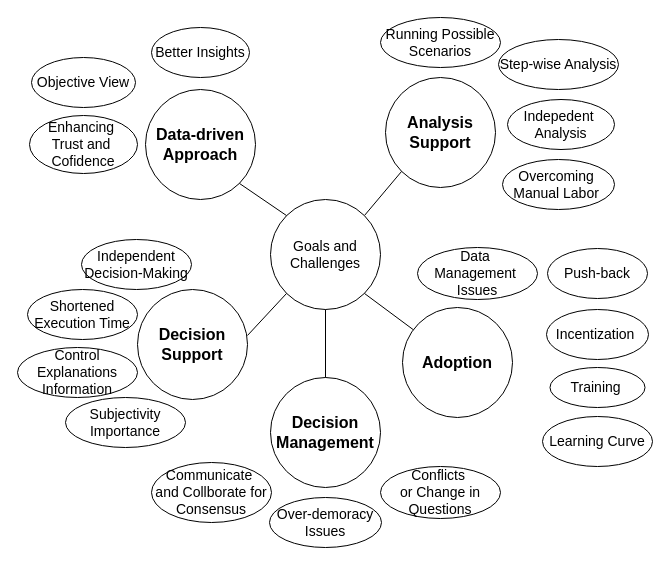
Earlier version of the draw.io diagram ext/biz-findings-coherence.drawio (raeeschaudhary/Coursera_Exams). Source tidied: cells renumbered, new cells numbered last; positions are measured from the earlier drawing's top-left corner, leaving out a move shared by most shapes. Both pictures are drawn from the tidied source at 100%, with x=0, y=0 at pixel (17, 17).
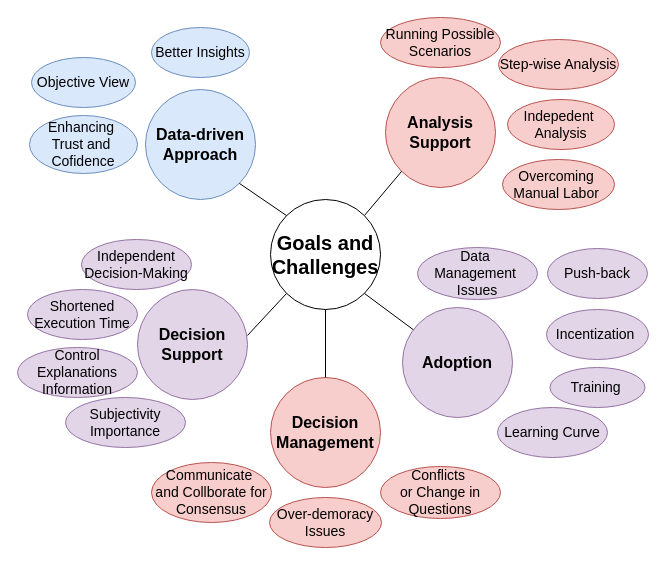
Above is the later version.

What changed in the source:
```diff
@@
-    <mxCell id="2" value="Data-driven Approach" style="ellipse;whiteSpace=wrap;html=1;fontFamily=corbel;fontSize=16;fontStyle=1;" parent="1" vertex="1">
+    <mxCell id="2" value="Data-driven Approach" style="ellipse;whiteSpace=wrap;html=1;fontFamily=corbel;fontSize=16;fontStyle=1;fillColor=#dae8fc;strokeColor=#6c8ebf;" parent="1" vertex="1">
       <mxGeometry x="128" y="72" width="110" height="110" as="geometry" />
     </mxCell>
-    <mxCell id="3" value="Analysis Support" style="ellipse;whiteSpace=wrap;html=1;fontFamily=corbel;fontSize=16;fontStyle=1;" parent="1" vertex="1">
+    <mxCell id="3" value="Analysis Support" style="ellipse;whiteSpace=wrap;html=1;fontFamily=corbel;fontSize=16;fontStyle=1;fillColor=#f8cecc;strokeColor=#b85450;" parent="1" vertex="1">
       <mxGeometry x="368" y="60" width="110" height="110" as="geometry" />
     </mxCell>
-    <mxCell id="4" value="Adoption" style="ellipse;whiteSpace=wrap;html=1;fontFamily=corbel;fontSize=16;fontStyle=1;" parent="1" vertex="1">
+    <mxCell id="4" value="Adoption" style="ellipse;whiteSpace=wrap;html=1;fontFamily=corbel;fontSize=16;fontStyle=1;fillColor=#e1d5e7;strokeColor=#9673a6;" parent="1" vertex="1">
       <mxGeometry x="385" y="290" width="110" height="110" as="geometry" />
     </mxCell>
-    <mxCell id="5" value="Decision Support" style="ellipse;whiteSpace=wrap;html=1;fontFamily=corbel;fontSize=16;fontStyle=1;" parent="1" vertex="1">
+    <mxCell id="5" value="Decision Support" style="ellipse;whiteSpace=wrap;html=1;fontFamily=corbel;fontSize=16;fontStyle=1;fillColor=#e1d5e7;strokeColor=#9673a6;" parent="1" vertex="1">
       <mxGeometry x="120" y="272" width="110" height="110" as="geometry" />
     </mxCell>
-    <mxCell id="6" value="Decision Management" style="ellipse;whiteSpace=wrap;html=1;fontFamily=corbel;fontSize=16;fontStyle=1;" parent="1" vertex="1">
+    <mxCell id="6" value="Decision Management" style="ellipse;whiteSpace=wrap;html=1;fontFamily=corbel;fontSize=16;fontStyle=1;fillColor=#f8cecc;strokeColor=#b85450;" parent="1" vertex="1">
       <mxGeometry x="253" y="360" width="110" height="110" as="geometry" />
     </mxCell>
@@
-    <mxCell id="8" value="Goals and Challenges" style="ellipse;whiteSpace=wrap;html=1;fontFamily=corbel;fontSize=14;" parent="1" vertex="1">
+    <mxCell id="8" value="Goals and Challenges" style="ellipse;whiteSpace=wrap;html=1;fontFamily=corbel;fontSize=20;fontStyle=1;" parent="1" vertex="1">
       <mxGeometry x="253" y="182" width="110" height="110" as="geometry" />
     </mxCell>
-    <mxCell id="9" value="Subjectivity Importance" style="ellipse;whiteSpace=wrap;html=1;fontFamily=corbel;fontSize=14;" parent="1" vertex="1">
+    <mxCell id="9" value="Subjectivity Importance" style="ellipse;whiteSpace=wrap;html=1;fontFamily=corbel;fontSize=14;fillColor=#e1d5e7;strokeColor=#9673a6;" parent="1" vertex="1">
       <mxGeometry x="48" y="380" width="120" height="50" as="geometry" />
     </mxCell>
-    <mxCell id="10" value="Running Possible Scenarios" style="ellipse;whiteSpace=wrap;html=1;fontFamily=corbel;fontSize=14;" parent="1" vertex="1">
+    <mxCell id="10" value="Running Possible Scenarios" style="ellipse;whiteSpace=wrap;html=1;fontFamily=corbel;fontSize=14;fillColor=#f8cecc;strokeColor=#b85450;" parent="1" vertex="1">
       <mxGeometry x="363" width="120" height="50" as="geometry" />
     </mxCell>
-    <mxCell id="11" value="Step-wise Analysis" style="ellipse;whiteSpace=wrap;html=1;fontFamily=corbel;fontSize=14;" parent="1" vertex="1">
+    <mxCell id="11" value="Step-wise Analysis" style="ellipse;whiteSpace=wrap;html=1;fontFamily=corbel;fontSize=14;fillColor=#f8cecc;strokeColor=#b85450;" parent="1" vertex="1">
       <mxGeometry x="481" y="22" width="120" height="50" as="geometry" />
     </mxCell>
-    <mxCell id="12" value="Indepedent&amp;nbsp;&lt;div&gt;Analysis&lt;/div&gt;" style="ellipse;whiteSpace=wrap;html=1;fontFamily=corbel;fontSize=14;" parent="1" vertex="1">
+    <mxCell id="12" value="Indepedent&amp;nbsp;&lt;div&gt;Analysis&lt;/div&gt;" style="ellipse;whiteSpace=wrap;html=1;fontFamily=corbel;fontSize=14;fillColor=#f8cecc;strokeColor=#b85450;" parent="1" vertex="1">
       <mxGeometry x="490" y="82" width="107" height="50" as="geometry" />
     </mxCell>
-    <mxCell id="13" value="Overcoming&amp;nbsp;&lt;div&gt;Manual Labor&amp;nbsp;&lt;/div&gt;" style="ellipse;whiteSpace=wrap;html=1;fontFamily=corbel;fontSize=14;" parent="1" vertex="1">
+    <mxCell id="13" value="Overcoming&amp;nbsp;&lt;div&gt;Manual Labor&amp;nbsp;&lt;/div&gt;" style="ellipse;whiteSpace=wrap;html=1;fontFamily=corbel;fontSize=14;fillColor=#f8cecc;strokeColor=#b85450;" parent="1" vertex="1">
       <mxGeometry x="485" y="142" width="112" height="50" as="geometry" />
     </mxCell>
@@
-    <mxCell id="15" value="Objective View" style="ellipse;whiteSpace=wrap;html=1;fontFamily=corbel;fontSize=14;" parent="1" vertex="1">
+    <mxCell id="15" value="Objective View" style="ellipse;whiteSpace=wrap;html=1;fontFamily=corbel;fontSize=14;fillColor=#dae8fc;strokeColor=#6c8ebf;" parent="1" vertex="1">
       <mxGeometry x="14" y="40" width="104" height="50" as="geometry" />
     </mxCell>
-    <mxCell id="16" value="Better Insights" style="ellipse;whiteSpace=wrap;html=1;fontFamily=corbel;fontSize=14;" parent="1" vertex="1">
+    <mxCell id="16" value="Better Insights" style="ellipse;whiteSpace=wrap;html=1;fontFamily=corbel;fontSize=14;fillColor=#dae8fc;strokeColor=#6c8ebf;" parent="1" vertex="1">
       <mxGeometry x="134" y="10" width="98" height="50" as="geometry" />
     </mxCell>
-    <mxCell id="17" value="Enhancing&amp;nbsp;&lt;div&gt;Trust and&amp;nbsp;&lt;/div&gt;&lt;div&gt;Cofidence&lt;/div&gt;" style="ellipse;whiteSpace=wrap;html=1;fontFamily=corbel;fontSize=14;" parent="1" vertex="1">
+    <mxCell id="17" value="Enhancing&amp;nbsp;&lt;div&gt;Trust and&amp;nbsp;&lt;/div&gt;&lt;div&gt;Cofidence&lt;/div&gt;" style="ellipse;whiteSpace=wrap;html=1;fontFamily=corbel;fontSize=14;fillColor=#dae8fc;strokeColor=#6c8ebf;" parent="1" vertex="1">
       <mxGeometry x="12" y="98" width="108" height="58" as="geometry" />
     </mxCell>
@@
-    <mxCell id="19" value="Independent Decision-Making" style="ellipse;whiteSpace=wrap;html=1;fontFamily=corbel;fontSize=14;" parent="1" vertex="1">
+    <mxCell id="19" value="Independent Decision-Making" style="ellipse;whiteSpace=wrap;html=1;fontFamily=corbel;fontSize=14;fillColor=#e1d5e7;strokeColor=#9673a6;" parent="1" vertex="1">
       <mxGeometry x="64" y="222" width="110" height="50" as="geometry" />
     </mxCell>
-    <mxCell id="20" value="Shortened Execution Time" style="ellipse;whiteSpace=wrap;html=1;fontFamily=corbel;fontSize=14;" parent="1" vertex="1">
+    <mxCell id="20" value="Shortened Execution Time" style="ellipse;whiteSpace=wrap;html=1;fontFamily=corbel;fontSize=14;fillColor=#e1d5e7;strokeColor=#9673a6;" parent="1" vertex="1">
       <mxGeometry x="10" y="272" width="110" height="50" as="geometry" />
     </mxCell>
-    <mxCell id="21" value="Control&lt;div&gt;Explanations&lt;/div&gt;&lt;div&gt;Information&lt;/div&gt;" style="ellipse;whiteSpace=wrap;html=1;fontFamily=corbel;fontSize=14;" parent="1" vertex="1">
+    <mxCell id="21" value="Control&lt;div&gt;Explanations&lt;/div&gt;&lt;div&gt;Information&lt;/div&gt;" style="ellipse;whiteSpace=wrap;html=1;fontFamily=corbel;fontSize=14;fillColor=#e1d5e7;strokeColor=#9673a6;" parent="1" vertex="1">
       <mxGeometry y="330" width="120" height="50" as="geometry" />
     </mxCell>
@@
-    <mxCell id="23" value="Data&amp;nbsp;&lt;div&gt;Management&amp;nbsp;&lt;/div&gt;&lt;div&gt;Issues&lt;/div&gt;" style="ellipse;whiteSpace=wrap;html=1;fontFamily=corbel;fontSize=14;" parent="1" vertex="1">
+    <mxCell id="23" value="Data&amp;nbsp;&lt;div&gt;Management&amp;nbsp;&lt;/div&gt;&lt;div&gt;Issues&lt;/div&gt;" style="ellipse;whiteSpace=wrap;html=1;fontFamily=corbel;fontSize=14;fillColor=#e1d5e7;strokeColor=#9673a6;" parent="1" vertex="1">
       <mxGeometry x="400" y="230" width="120" height="52" as="geometry" />
     </mxCell>
-    <mxCell id="24" value="Communicate&amp;nbsp;&lt;div&gt;and Collborate for Consensus&lt;/div&gt;" style="ellipse;whiteSpace=wrap;html=1;fontFamily=corbel;fontSize=14;" parent="1" vertex="1">
+    <mxCell id="24" value="Communicate&amp;nbsp;&lt;div&gt;and Collborate for Consensus&lt;/div&gt;" style="ellipse;whiteSpace=wrap;html=1;fontFamily=corbel;fontSize=14;fillColor=#f8cecc;strokeColor=#b85450;" parent="1" vertex="1">
       <mxGeometry x="134" y="445" width="120" height="60" as="geometry" />
     </mxCell>
-    <mxCell id="25" value="Conflicts&amp;nbsp;&lt;div&gt;or&amp;nbsp;&lt;span style=&quot;background-color: transparent; color: light-dark(rgb(0, 0, 0), rgb(255, 255, 255));&quot;&gt;Change in Questions&lt;/span&gt;&lt;/div&gt;" style="ellipse;whiteSpace=wrap;html=1;fontFamily=corbel;fontSize=14;" parent="1" vertex="1">
+    <mxCell id="25" value="Conflicts&amp;nbsp;&lt;div&gt;or&amp;nbsp;&lt;span style=&quot;background-color: transparent; color: light-dark(rgb(0, 0, 0), rgb(255, 255, 255));&quot;&gt;Change in Questions&lt;/span&gt;&lt;/div&gt;" style="ellipse;whiteSpace=wrap;html=1;fontFamily=corbel;fontSize=14;fillColor=#f8cecc;strokeColor=#b85450;" parent="1" vertex="1">
       <mxGeometry x="363" y="449" width="120" height="52" as="geometry" />
     </mxCell>
-    <mxCell id="26" value="Over-demoracy Issues" style="ellipse;whiteSpace=wrap;html=1;fontFamily=corbel;fontSize=14;" parent="1" vertex="1">
+    <mxCell id="26" value="Over-demoracy Issues" style="ellipse;whiteSpace=wrap;html=1;fontFamily=corbel;fontSize=14;fillColor=#f8cecc;strokeColor=#b85450;" parent="1" vertex="1">
       <mxGeometry x="252" y="480" width="112" height="50" as="geometry" />
     </mxCell>
-    <mxCell id="27" value="Incentization&amp;nbsp;" style="ellipse;whiteSpace=wrap;html=1;fontFamily=corbel;fontSize=14;" parent="1" vertex="1">
+    <mxCell id="27" value="Incentization&amp;nbsp;" style="ellipse;whiteSpace=wrap;html=1;fontFamily=corbel;fontSize=14;fillColor=#e1d5e7;strokeColor=#9673a6;" parent="1" vertex="1">
       <mxGeometry x="529" y="292" width="102" height="50" as="geometry" />
     </mxCell>
-    <mxCell id="28" value="Learning Curve" style="ellipse;whiteSpace=wrap;html=1;fontFamily=corbel;fontSize=14;" parent="1" vertex="1">
-      <mxGeometry x="525" y="399" width="110" height="50" as="geometry" />
+    <mxCell id="28" value="Learning Curve" style="ellipse;whiteSpace=wrap;html=1;fontFamily=corbel;fontSize=14;fillColor=#e1d5e7;strokeColor=#9673a6;" parent="1" vertex="1">
+      <mxGeometry x="480" y="390" width="110" height="50" as="geometry" />
     </mxCell>
-    <mxCell id="29" value="Training&amp;nbsp;" style="ellipse;whiteSpace=wrap;html=1;fontFamily=corbel;fontSize=14;" parent="1" vertex="1">
+    <mxCell id="29" value="Training&amp;nbsp;" style="ellipse;whiteSpace=wrap;html=1;fontFamily=corbel;fontSize=14;fillColor=#e1d5e7;strokeColor=#9673a6;" parent="1" vertex="1">
       <mxGeometry x="532.5" y="350" width="95" height="40" as="geometry" />
     </mxCell>
-    <mxCell id="30" value="Push-back" style="ellipse;whiteSpace=wrap;html=1;fontFamily=corbel;fontSize=14;" parent="1" vertex="1">
+    <mxCell id="30" value="Push-back" style="ellipse;whiteSpace=wrap;html=1;fontFamily=corbel;fontSize=14;fillColor=#e1d5e7;strokeColor=#9673a6;" parent="1" vertex="1">
       <mxGeometry x="530" y="231" width="100" height="50" as="geometry" />
     </mxCell>
```
